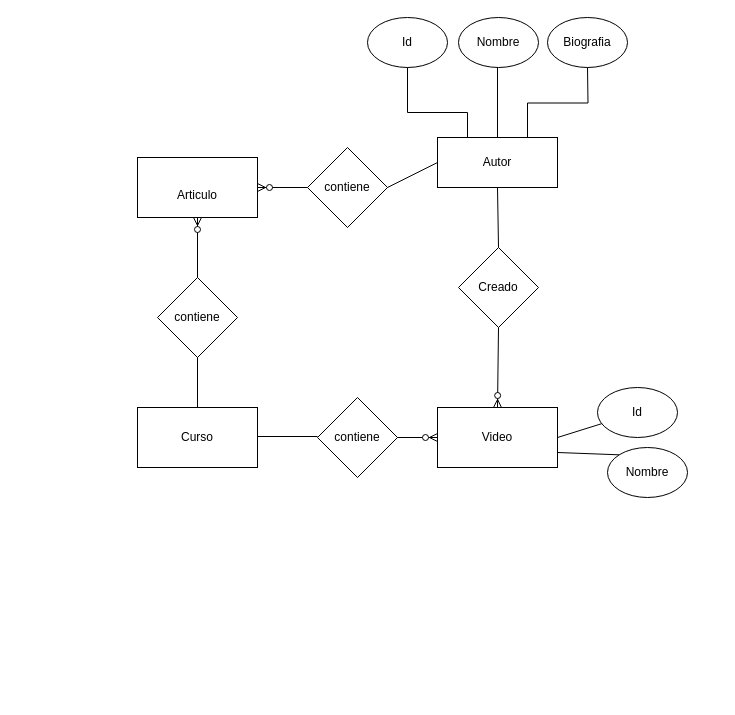
Above: LemonCode_Modelado_relacional.drawio in leonardocasimiro/BootcampBackend_III_Relacional_Modulo1Modelado (draw.io), before the change. Source tidied: cells renumbered, new cells numbered last; positions are measured from the earlier drawing's top-left corner, leaving out a move shared by most shapes. Both pictures are drawn from the tidied source at 100%, with x=0, y=0 at pixel (137, 17).
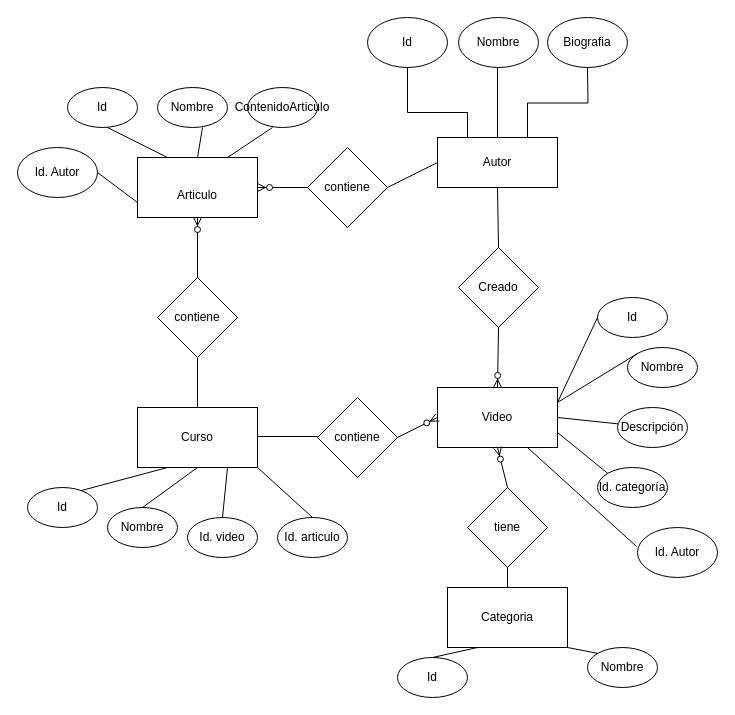
The same page after the edit.

Unchanged cells that the change refers to:
```xml
<mxCell id="17" value="Curso" style="rounded=0;whiteSpace=wrap;html=1;" parent="1" vertex="1">
  <mxGeometry y="390" width="120" height="60" as="geometry" />
</mxCell>
<mxCell id="22" value="&lt;br&gt;Articulo" style="rounded=0;whiteSpace=wrap;html=1;" parent="1" vertex="1">
  <mxGeometry y="140" width="120" height="60" as="geometry" />
</mxCell>
```

What changed in the source:
```diff
@@
     <mxCell id="11" value="Video" style="rounded=0;whiteSpace=wrap;html=1;" parent="1" vertex="1">
-      <mxGeometry x="300" y="390" width="120" height="60" as="geometry" />
+      <mxGeometry x="300" y="370" width="120" height="60" as="geometry" />
     </mxCell>
-    <mxCell id="12" value="Id" style="ellipse;whiteSpace=wrap;html=1;" parent="1" vertex="1">
-      <mxGeometry x="460" y="370" width="80" height="50" as="geometry" />
+    <mxCell id="12" value="Descripción" style="ellipse;whiteSpace=wrap;html=1;" parent="1" vertex="1">
+      <mxGeometry x="480" y="390" width="70" height="40" as="geometry" />
     </mxCell>
     <mxCell id="13" value="Nombre" style="ellipse;whiteSpace=wrap;html=1;" parent="1" vertex="1">
-      <mxGeometry x="470" y="430" width="80" height="50" as="geometry" />
+      <mxGeometry x="490" y="330" width="70" height="40" as="geometry" />
     </mxCell>
@@
-    <mxCell id="15" style="endArrow=none;html=1;rounded=0;exitX=0;exitY=0;exitDx=0;exitDy=0;entryX=1;entryY=0.75;entryDx=0;entryDy=0;" parent="1" edge="1" source="13" target="11">
+    <mxCell id="15" style="endArrow=none;html=1;rounded=0;exitX=0;exitY=0;exitDx=0;exitDy=0;entryX=1;entryY=0.25;entryDx=0;entryDy=0;" parent="1" edge="1" source="13" target="11">
       <mxGeometry relative="1" as="geometry" />
     </mxCell>
@@
+    <mxCell id="29" value="Id. categoría" style="ellipse;whiteSpace=wrap;html=1;" parent="1" vertex="1">
+      <mxGeometry x="460" y="450" width="70" height="40" as="geometry" />
+    </mxCell>
+    <mxCell id="30" value="Id. articulo" style="ellipse;whiteSpace=wrap;html=1;" parent="1" vertex="1">
+      <mxGeometry x="140" y="500" width="70" height="40" as="geometry" />
+    </mxCell>
+    <mxCell id="31" value="Id" style="ellipse;whiteSpace=wrap;html=1;" parent="1" vertex="1">
+      <mxGeometry x="-110" y="470" width="70" height="40" as="geometry" />
+    </mxCell>
+    <mxCell id="32" value="Nombre" style="ellipse;whiteSpace=wrap;html=1;" parent="1" vertex="1">
+      <mxGeometry x="-30" y="490" width="70" height="40" as="geometry" />
+    </mxCell>
+    <mxCell id="33" value="Id. video" style="ellipse;whiteSpace=wrap;html=1;" parent="1" vertex="1">
+      <mxGeometry x="50" y="500" width="70" height="40" as="geometry" />
+    </mxCell>
+    <mxCell id="34" value="Id" style="ellipse;whiteSpace=wrap;html=1;" parent="1" vertex="1">
+      <mxGeometry x="-70" y="70" width="70" height="40" as="geometry" />
+    </mxCell>
+    <mxCell id="35" value="Nombre" style="ellipse;whiteSpace=wrap;html=1;" parent="1" vertex="1">
+      <mxGeometry x="20" y="70" width="70" height="40" as="geometry" />
+    </mxCell>
+    <mxCell id="36" value="Categoria" style="rounded=0;whiteSpace=wrap;html=1;" parent="1" vertex="1">
+      <mxGeometry x="310" y="570" width="120" height="60" as="geometry" />
+    </mxCell>
+    <mxCell id="37" value="Id" style="ellipse;whiteSpace=wrap;html=1;" parent="1" vertex="1">
+      <mxGeometry x="260" y="640" width="70" height="40" as="geometry" />
+    </mxCell>
+    <mxCell id="38" value="Nombre" style="ellipse;whiteSpace=wrap;html=1;" parent="1" vertex="1">
+      <mxGeometry x="450" y="630" width="70" height="40" as="geometry" />
+    </mxCell>
+    <mxCell id="39" style="endArrow=none;html=1;rounded=0;entryX=1;entryY=0.25;entryDx=0;entryDy=0;exitX=0;exitY=0.5;exitDx=0;exitDy=0;" parent="1" edge="1" source="53" target="11">
+      <mxGeometry relative="1" as="geometry" />
+    </mxCell>
+    <mxCell id="40" style="endArrow=none;html=1;rounded=0;entryX=0.75;entryY=0;entryDx=0;entryDy=0;" parent="1" edge="1" target="22">
+      <mxGeometry relative="1" as="geometry">
+        <mxPoint x="135" y="110" as="sourcePoint" />
+      </mxGeometry>
+    </mxCell>
+    <mxCell id="41" style="endArrow=none;html=1;rounded=0;entryX=0.25;entryY=0;entryDx=0;entryDy=0;" parent="1" edge="1" target="22">
+      <mxGeometry relative="1" as="geometry">
+        <mxPoint x="-30" y="110" as="sourcePoint" />
+      </mxGeometry>
+    </mxCell>
+    <mxCell id="42" style="endArrow=none;html=1;rounded=0;entryX=1;entryY=0.5;entryDx=0;entryDy=0;exitX=0.5;exitY=0;exitDx=0;exitDy=0;" parent="1" edge="1" source="22">
+      <mxGeometry relative="1" as="geometry">
+        <mxPoint x="65" y="110" as="targetPoint" />
+      </mxGeometry>
+    </mxCell>
+    <mxCell id="43" style="endArrow=none;html=1;rounded=0;entryX=0.771;entryY=0.075;entryDx=0;entryDy=0;exitX=0.25;exitY=1;exitDx=0;exitDy=0;entryPerimeter=0;" parent="1" edge="1" source="17" target="31">
+      <mxGeometry relative="1" as="geometry" />
+    </mxCell>
+    <mxCell id="44" style="endArrow=none;html=1;rounded=0;entryX=0;entryY=0;entryDx=0;entryDy=0;exitX=0.5;exitY=1;exitDx=0;exitDy=0;" parent="1" edge="1" source="36" target="38">
+      <mxGeometry relative="1" as="geometry">
+        <Array as="points">
+          <mxPoint x="430" y="630" />
+        </Array>
+      </mxGeometry>
+    </mxCell>
+    <mxCell id="45" style="endArrow=none;html=1;rounded=0;entryX=0.25;entryY=1;entryDx=0;entryDy=0;exitX=0.5;exitY=0;exitDx=0;exitDy=0;" parent="1" edge="1" source="37" target="36">
+      <mxGeometry relative="1" as="geometry" />
+    </mxCell>
+    <mxCell id="46" style="endArrow=none;html=1;rounded=0;entryX=1;entryY=0.75;entryDx=0;entryDy=0;exitX=0;exitY=0;exitDx=0;exitDy=0;" parent="1" edge="1" source="29" target="11">
+      <mxGeometry relative="1" as="geometry" />
+    </mxCell>
+    <mxCell id="47" value="ContenidoArticulo" style="ellipse;whiteSpace=wrap;html=1;" parent="1" vertex="1">
+      <mxGeometry x="110" y="70" width="70" height="40" as="geometry" />
+    </mxCell>
+    <mxCell id="48" value="tiene" style="rhombus;whiteSpace=wrap;html=1;" parent="1" vertex="1">
+      <mxGeometry x="330" y="470" width="80" height="80" as="geometry" />
+    </mxCell>
+    <mxCell id="49" style="rounded=0;jettySize=auto;html=1;exitX=0.5;exitY=1;exitDx=0;exitDy=0;entryX=0.5;entryY=0;entryDx=0;entryDy=0;endArrow=none;endFill=0;" parent="1" edge="1" source="48" target="36">
+      <mxGeometry relative="1" as="geometry" />
+    </mxCell>
+    <mxCell id="50" style="edgeStyle=none;rounded=0;orthogonalLoop=1;jettySize=auto;html=1;exitX=0.5;exitY=0;exitDx=0;exitDy=0;" parent="1" edge="1" source="48" target="48">
+      <mxGeometry relative="1" as="geometry" />
+    </mxCell>
+    <mxCell id="51" style="edgeStyle=none;rounded=0;orthogonalLoop=1;jettySize=auto;html=1;exitX=0;exitY=0;exitDx=0;exitDy=0;" parent="1" edge="1" source="48" target="48">
+      <mxGeometry relative="1" as="geometry" />
+    </mxCell>
+    <mxCell id="52" style="fontSize=12;html=1;endArrow=ERzeroToMany;endFill=1;rounded=0;exitX=0.5;exitY=0;exitDx=0;exitDy=0;entryX=0.5;entryY=1;entryDx=0;entryDy=0;" parent="1" edge="1" source="48" target="11">
+      <mxGeometry relative="1" as="geometry" />
+    </mxCell>
+    <mxCell id="53" value="Id" style="ellipse;whiteSpace=wrap;html=1;" parent="1" vertex="1">
+      <mxGeometry x="460" y="280" width="70" height="40" as="geometry" />
+    </mxCell>
+    <mxCell id="54" style="endArrow=none;html=1;rounded=0;exitX=0.5;exitY=1;exitDx=0;exitDy=0;entryX=0.5;entryY=0;entryDx=0;entryDy=0;" parent="1" edge="1" source="17" target="32">
+      <mxGeometry relative="1" as="geometry" />
+    </mxCell>
+    <mxCell id="55" style="edgeStyle=none;rounded=0;orthogonalLoop=1;jettySize=auto;html=1;entryX=0.5;entryY=0;entryDx=0;entryDy=0;" parent="1" edge="1" source="32" target="32">
+      <mxGeometry relative="1" as="geometry" />
+    </mxCell>
+    <mxCell id="56" style="endArrow=none;html=1;rounded=0;exitX=0.75;exitY=1;exitDx=0;exitDy=0;entryX=0.5;entryY=0;entryDx=0;entryDy=0;" parent="1" edge="1" source="17" target="33">
+      <mxGeometry relative="1" as="geometry" />
+    </mxCell>
+    <mxCell id="57" style="endArrow=none;html=1;rounded=0;exitX=1;exitY=1;exitDx=0;exitDy=0;entryX=0.5;entryY=0;entryDx=0;entryDy=0;" parent="1" edge="1" source="17" target="30">
+      <mxGeometry relative="1" as="geometry" />
+    </mxCell>
+    <mxCell id="58" value="Id. Autor" style="ellipse;whiteSpace=wrap;html=1;" parent="1" vertex="1">
+      <mxGeometry x="500" y="510" width="80" height="50" as="geometry" />
+    </mxCell>
+    <mxCell id="59" style="endArrow=none;html=1;rounded=0;entryX=-0.012;entryY=0.38;entryDx=0;entryDy=0;entryPerimeter=0;exitX=0.75;exitY=1;exitDx=0;exitDy=0;" parent="1" edge="1" source="11" target="58">
+      <mxGeometry relative="1" as="geometry" />
+    </mxCell>
+    <mxCell id="60" value="Id. Autor" style="ellipse;whiteSpace=wrap;html=1;" parent="1" vertex="1">
+      <mxGeometry x="-120" y="130" width="80" height="50" as="geometry" />
+    </mxCell>
+    <mxCell id="61" style="endArrow=none;html=1;rounded=0;entryX=1;entryY=0.5;entryDx=0;entryDy=0;exitX=0;exitY=0.75;exitDx=0;exitDy=0;" parent="1" edge="1" source="22" target="60">
+      <mxGeometry relative="1" as="geometry" />
+    </mxCell>
```
